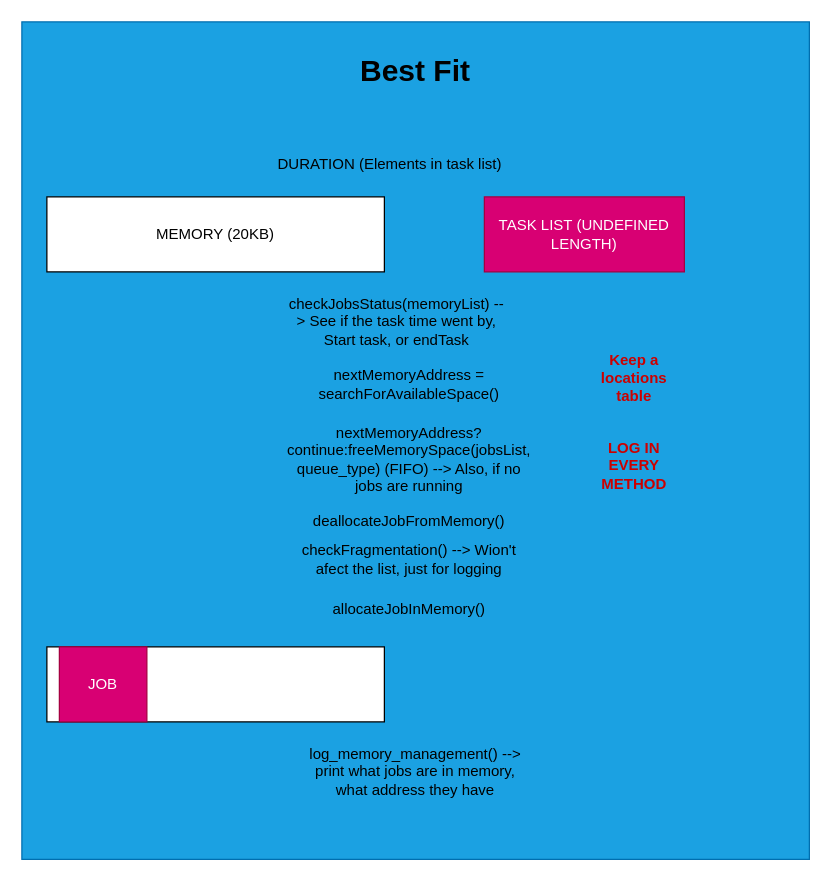
Above: memory_management/program_flow.drawio in xllWhiteReaper/python (draw.io), before the change. Source tidied: cells renumbered, new cells numbered last; positions are measured from the earlier drawing's top-left corner, leaving out a move shared by most shapes. Both pictures are drawn from the tidied source at 125%, with x=0, y=0 at pixel (21, 21).
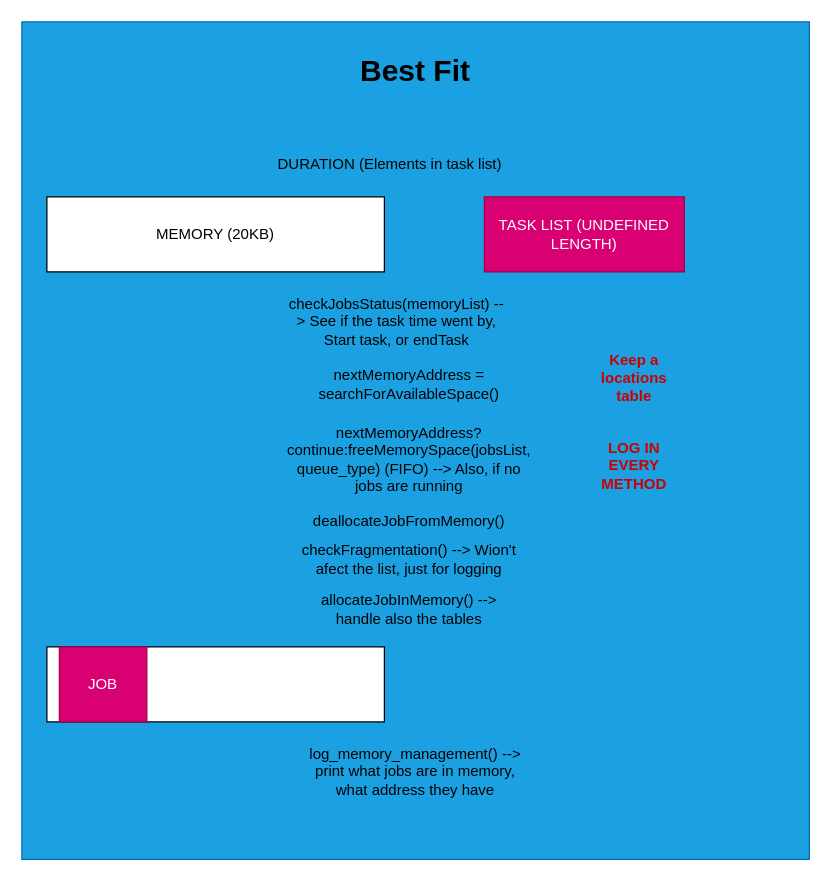
The same page after the edit.

The edit, as a diff of the source:
```diff
@@
 <mxGraphModel>
   <root>
     <mxCell id="0" />
     <mxCell id="1" parent="0" />
     <mxCell id="2" style="rounded=0;whiteSpace=wrap;html=1;fillColor=#1ba1e2;fontColor=#ffffff;strokeColor=#006EAF;" parent="1" vertex="1">
       <mxGeometry width="630" height="670" as="geometry" />
     </mxCell>
     <mxCell id="3" value="&lt;h1&gt;Best Fit&lt;/h1&gt;" style="text;html=1;strokeColor=none;fillColor=none;spacing=5;spacingTop=-20;whiteSpace=wrap;overflow=hidden;rounded=0;align=center;verticalAlign=middle;" parent="1" vertex="1">
       <mxGeometry x="220" y="20" width="190" height="60" as="geometry" />
     </mxCell>
     <mxCell id="4" value="MEMORY (20KB)" style="rounded=0;whiteSpace=wrap;html=1;" parent="1" vertex="1">
       <mxGeometry x="20" y="140" width="270" height="60" as="geometry" />
     </mxCell>
     <mxCell id="5" value="TASK LIST (UNDEFINED LENGTH)" style="rounded=0;whiteSpace=wrap;html=1;fillColor=#d80073;fontColor=#ffffff;strokeColor=#A50040;" parent="1" vertex="1">
       <mxGeometry x="370" y="140" width="160" height="60" as="geometry" />
     </mxCell>
     <mxCell id="6" value="&lt;h1 style=&quot;&quot;&gt;&lt;span style=&quot;font-size: 12px; font-weight: 400;&quot;&gt;DURATION (Elements in task list)&lt;/span&gt;&lt;/h1&gt;" style="text;html=1;strokeColor=none;fillColor=none;spacing=5;spacingTop=-20;whiteSpace=wrap;overflow=hidden;rounded=0;" parent="1" vertex="1">
       <mxGeometry x="200" y="90" width="190" height="45" as="geometry" />
     </mxCell>
     <mxCell id="7" value="nextMemoryAddress = searchForAvailableSpace()" style="text;html=1;strokeColor=none;fillColor=none;align=center;verticalAlign=middle;whiteSpace=wrap;rounded=0;" parent="1" vertex="1">
       <mxGeometry x="220" y="260" width="180" height="60" as="geometry" />
     </mxCell>
     <mxCell id="8" style="rounded=0;whiteSpace=wrap;html=1;" parent="1" vertex="1">
       <mxGeometry x="20" y="500" width="270" height="60" as="geometry" />
     </mxCell>
     <mxCell id="9" value="nextMemoryAddress?continue:freeMemorySpace(jobsList, queue_type) (FIFO) --&amp;gt; Also, if no jobs are running" style="text;html=1;strokeColor=none;fillColor=none;align=center;verticalAlign=middle;whiteSpace=wrap;rounded=0;" parent="1" vertex="1">
       <mxGeometry x="220" y="320" width="180" height="60" as="geometry" />
     </mxCell>
     <mxCell id="10" value="checkJobsStatus(memoryList) --&amp;gt; See if the task time went by,&lt;br&gt;Start task, or endTask" style="text;html=1;strokeColor=none;fillColor=none;align=center;verticalAlign=middle;whiteSpace=wrap;rounded=0;" parent="1" vertex="1">
       <mxGeometry x="210" y="210" width="180" height="60" as="geometry" />
     </mxCell>
     <mxCell id="11" value="deallocateJobFromMemory()" style="text;html=1;strokeColor=none;fillColor=none;align=center;verticalAlign=middle;whiteSpace=wrap;rounded=0;" parent="1" vertex="1">
       <mxGeometry x="220" y="370" width="180" height="60" as="geometry" />
     </mxCell>
     <mxCell id="12" value="checkFragmentation() --&amp;gt; Wion't afect the list, just for logging" style="text;html=1;strokeColor=none;fillColor=none;align=center;verticalAlign=middle;whiteSpace=wrap;rounded=0;" parent="1" vertex="1">
       <mxGeometry x="220" y="400" width="180" height="60" as="geometry" />
     </mxCell>
-    <mxCell id="13" value="allocateJobInMemory()" style="text;html=1;strokeColor=none;fillColor=none;align=center;verticalAlign=middle;whiteSpace=wrap;rounded=0;" parent="1" vertex="1">
+    <mxCell id="13" value="allocateJobInMemory() --&amp;gt; handle also the tables" style="text;html=1;strokeColor=none;fillColor=none;align=center;verticalAlign=middle;whiteSpace=wrap;rounded=0;" parent="1" vertex="1">
       <mxGeometry x="220" y="440" width="180" height="60" as="geometry" />
     </mxCell>
     <mxCell id="14" value="JOB" style="rounded=0;whiteSpace=wrap;html=1;fillColor=#d80073;fontColor=#ffffff;strokeColor=#A50040;" parent="1" vertex="1">
       <mxGeometry x="30" y="500" width="70" height="60" as="geometry" />
     </mxCell>
     <mxCell id="15" value="log_memory_management() --&amp;gt; print what jobs are in memory, what address they have" style="text;html=1;strokeColor=none;fillColor=none;align=center;verticalAlign=middle;whiteSpace=wrap;rounded=0;" parent="1" vertex="1">
       <mxGeometry x="225" y="570" width="180" height="60" as="geometry" />
     </mxCell>
     <mxCell id="16" value="LOG IN EVERY METHOD" style="text;html=1;strokeColor=none;fillColor=none;align=center;verticalAlign=middle;whiteSpace=wrap;rounded=0;fontColor=#CC0000;fontStyle=1;" parent="1" vertex="1">
       <mxGeometry x="460" y="340" width="60" height="30" as="geometry" />
     </mxCell>
     <mxCell id="17" value="Keep a locations table" style="text;html=1;strokeColor=none;fillColor=none;align=center;verticalAlign=middle;whiteSpace=wrap;rounded=0;fontColor=#CC0000;fontStyle=1;" parent="1" vertex="1">
       <mxGeometry x="460" y="270" width="60" height="30" as="geometry" />
     </mxCell>
   </root>
 </mxGraphModel>
```
